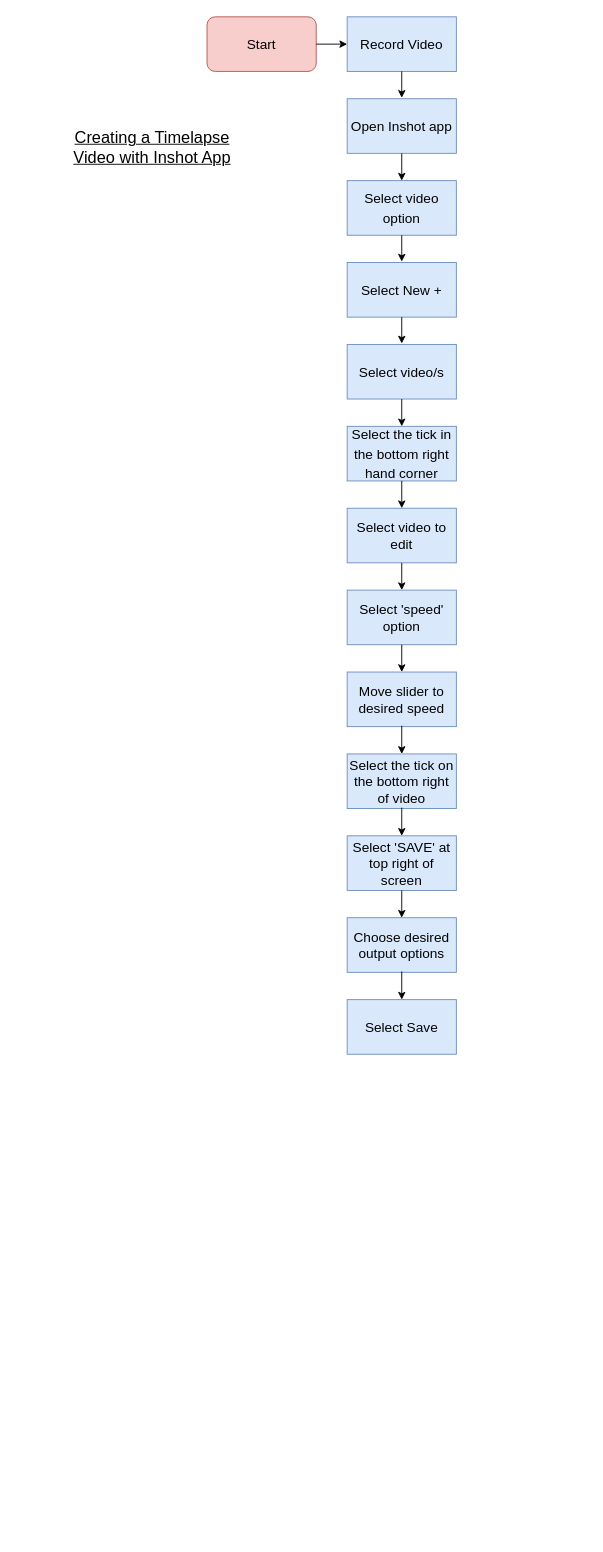
This is Web Fundamentals Task 01.drawio from B-Rumbl/Web-Fundamentals-Tasks, a draw.io file, before an edit. Source tidied: cells renumbered, new cells numbered last; positions are measured from the earlier drawing's top-left corner, leaving out a move shared by most shapes. Both pictures are drawn from the tidied source at 91%, with x=0, y=0 at pixel (61, 16).
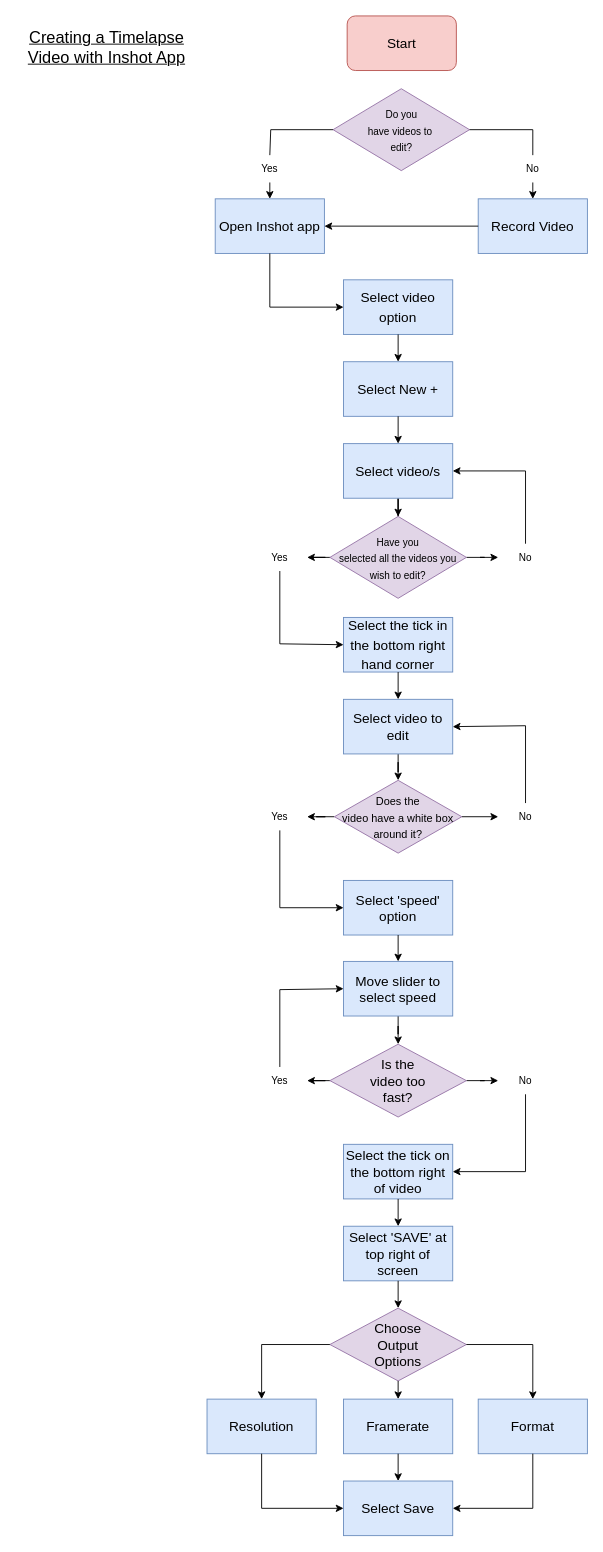
After the change.

Change to the diagram source:
```diff
@@
     <mxCell id="2" value="&lt;u&gt;&lt;font style=&quot;font-size: 18px;&quot;&gt;Creating a Timelapse Video with Inshot App&lt;/font&gt;&lt;/u&gt;" style="text;html=1;strokeColor=none;fillColor=none;align=center;verticalAlign=middle;whiteSpace=wrap;rounded=0;" parent="1" vertex="1">
-      <mxGeometry y="129" width="200" height="30" as="geometry" />
+      <mxGeometry x="-50" y="19" width="200" height="30" as="geometry" />
     </mxCell>
     <mxCell id="3" value="&lt;font style=&quot;font-size: 15px;&quot;&gt;Record Video&lt;/font&gt;" style="rounded=0;whiteSpace=wrap;html=1;fontSize=18;fillColor=#dae8fc;strokeColor=#6c8ebf;" parent="1" vertex="1">
-      <mxGeometry x="314" width="120" height="60" as="geometry" />
+      <mxGeometry x="458" y="200" width="120" height="60" as="geometry" />
     </mxCell>
     <mxCell id="4" value="&lt;font style=&quot;font-size: 15px;&quot;&gt;Open Inshot app&lt;/font&gt;" style="rounded=0;whiteSpace=wrap;html=1;fontSize=18;fillColor=#dae8fc;strokeColor=#6c8ebf;" parent="1" vertex="1">
-      <mxGeometry x="314" y="90" width="120" height="60" as="geometry" />
+      <mxGeometry x="169" y="200" width="120" height="60" as="geometry" />
     </mxCell>
     <mxCell id="5" value="&lt;font style=&quot;font-size: 15px;&quot;&gt;Select video option&lt;/font&gt;" style="rounded=0;whiteSpace=wrap;html=1;fontSize=18;fillColor=#dae8fc;strokeColor=#6c8ebf;" parent="1" vertex="1">
-      <mxGeometry x="314" y="180" width="120" height="60" as="geometry" />
+      <mxGeometry x="310" y="289" width="120" height="60" as="geometry" />
     </mxCell>
     <mxCell id="6" value="&lt;font style=&quot;font-size: 15px;&quot;&gt;Select New +&lt;/font&gt;" style="rounded=0;whiteSpace=wrap;html=1;fontSize=18;fillColor=#dae8fc;strokeColor=#6c8ebf;" parent="1" vertex="1">
-      <mxGeometry x="314" y="270" width="120" height="60" as="geometry" />
+      <mxGeometry x="310" y="379" width="120" height="60" as="geometry" />
     </mxCell>
+    <mxCell id="30" style="edgeStyle=orthogonalEdgeStyle;rounded=0;jettySize=auto;html=1;fontSize=11;" parent="1" edge="1" source="7" target="45">
+      <mxGeometry relative="1" as="geometry" />
+    </mxCell>
     <mxCell id="7" value="&lt;font style=&quot;font-size: 15px;&quot;&gt;Select video/s&lt;/font&gt;" style="rounded=0;whiteSpace=wrap;html=1;fontSize=18;fillColor=#dae8fc;strokeColor=#6c8ebf;" parent="1" vertex="1">
-      <mxGeometry x="314" y="360" width="120" height="60" as="geometry" />
+      <mxGeometry x="310" y="469" width="120" height="60" as="geometry" />
     </mxCell>
     <mxCell id="8" value="&lt;font style=&quot;font-size: 15px;&quot;&gt;&lt;font style=&quot;font-size: 15px;&quot;&gt;Select the tick in the bo&lt;/font&gt;ttom right hand corner&lt;/font&gt;" style="rounded=0;whiteSpace=wrap;html=1;fontSize=18;fillColor=#dae8fc;strokeColor=#6c8ebf;" parent="1" vertex="1">
-      <mxGeometry x="314" y="450" width="120" height="60" as="geometry" />
+      <mxGeometry x="310" y="660" width="120" height="60" as="geometry" />
     </mxCell>
+    <mxCell id="31" style="edgeStyle=orthogonalEdgeStyle;rounded=0;jettySize=auto;html=1;fontSize=11;" parent="1" edge="1" source="9" target="52">
+      <mxGeometry relative="1" as="geometry" />
+    </mxCell>
     <mxCell id="9" value="Select video to edit" style="rounded=0;whiteSpace=wrap;html=1;fontSize=15;fillColor=#dae8fc;strokeColor=#6c8ebf;" parent="1" vertex="1">
-      <mxGeometry x="314" y="540" width="120" height="60" as="geometry" />
+      <mxGeometry x="310" y="750" width="120" height="60" as="geometry" />
     </mxCell>
     <mxCell id="10" value="Select 'speed' option" style="rounded=0;whiteSpace=wrap;html=1;fontSize=15;fillColor=#dae8fc;strokeColor=#6c8ebf;" parent="1" vertex="1">
-      <mxGeometry x="314" y="630" width="120" height="60" as="geometry" />
+      <mxGeometry x="310" y="949" width="120" height="60" as="geometry" />
     </mxCell>
+    <mxCell id="32" style="edgeStyle=orthogonalEdgeStyle;rounded=0;jettySize=auto;html=1;fontSize=12;" parent="1" edge="1" source="11" target="59">
+      <mxGeometry relative="1" as="geometry" />
+    </mxCell>
-    <mxCell id="11" value="Move slider to desired speed" style="rounded=0;whiteSpace=wrap;html=1;fontSize=15;fillColor=#dae8fc;strokeColor=#6c8ebf;" parent="1" vertex="1">
-      <mxGeometry x="314" y="720" width="120" height="60" as="geometry" />
+    <mxCell id="11" value="Move slider to select speed" style="rounded=0;whiteSpace=wrap;html=1;fontSize=15;fillColor=#dae8fc;strokeColor=#6c8ebf;" parent="1" vertex="1">
+      <mxGeometry x="310" y="1038" width="120" height="60" as="geometry" />
     </mxCell>
     <mxCell id="12" value="Select the tick on the bottom right of video" style="rounded=0;whiteSpace=wrap;html=1;fontSize=15;fillColor=#dae8fc;strokeColor=#6c8ebf;" parent="1" vertex="1">
-      <mxGeometry x="314" y="810" width="120" height="60" as="geometry" />
+      <mxGeometry x="310" y="1239" width="120" height="60" as="geometry" />
     </mxCell>
     <mxCell id="13" value="Select 'SAVE' at top right of screen" style="rounded=0;whiteSpace=wrap;html=1;fontSize=15;fillColor=#dae8fc;strokeColor=#6c8ebf;" parent="1" vertex="1">
-      <mxGeometry x="314" y="900" width="120" height="60" as="geometry" />
+      <mxGeometry x="310" y="1329" width="120" height="60" as="geometry" />
     </mxCell>
-    <mxCell id="14" value="Choose desired output options" style="rounded=0;whiteSpace=wrap;html=1;fontSize=15;fillColor=#dae8fc;strokeColor=#6c8ebf;" parent="1" vertex="1">
-      <mxGeometry x="314" y="990" width="120" height="60" as="geometry" />
+    <mxCell id="14" value="Format" style="rounded=0;whiteSpace=wrap;html=1;fontSize=15;fillColor=#dae8fc;strokeColor=#6c8ebf;" parent="1" vertex="1">
+      <mxGeometry x="458" y="1519" width="120" height="60" as="geometry" />
     </mxCell>
     <mxCell id="15" value="Select Save" style="rounded=0;whiteSpace=wrap;html=1;fontSize=15;fillColor=#dae8fc;strokeColor=#6c8ebf;" parent="1" vertex="1">
-      <mxGeometry x="314" y="1080" width="120" height="60" as="geometry" />
+      <mxGeometry x="310" y="1609" width="120" height="60" as="geometry" />
     </mxCell>
-    <mxCell id="16" style="endArrow=classic;html=1;rounded=0;fontSize=15;exitX=0.5;exitY=1;exitDx=0;exitDy=0;" parent="1" edge="1" source="3">
-      <mxGeometry relative="1" as="geometry">
-        <mxPoint x="374" y="89" as="targetPoint" />
-      </mxGeometry>
-    </mxCell>
+    <mxCell id="28" value="Start" style="rounded=1;whiteSpace=wrap;html=1;fontSize=15;fillColor=#f8cecc;strokeColor=#b85450;" parent="1" vertex="1">
+      <mxGeometry x="314" y="-1" width="120" height="60" as="geometry" />
+    </mxCell>
+    <mxCell id="33" value="&lt;span style=&quot;font-size: 11px;&quot;&gt;Do you &lt;br&gt;have videos to&amp;nbsp;&lt;br&gt;edit?&lt;br&gt;&lt;/span&gt;" style="rhombus;whiteSpace=wrap;html=1;fontSize=15;fillColor=#e1d5e7;strokeColor=#9673a6;" parent="1" vertex="1">
+      <mxGeometry x="298.5" y="79" width="150" height="90" as="geometry" />
+    </mxCell>
+    <mxCell id="34" value="Yes" style="text;html=1;strokeColor=none;fillColor=none;align=center;verticalAlign=middle;whiteSpace=wrap;rounded=0;fontSize=11;" parent="1" vertex="1">
+      <mxGeometry x="199" y="152" width="60" height="30" as="geometry" />
+    </mxCell>
+    <mxCell id="35" value="No" style="text;html=1;strokeColor=none;fillColor=none;align=center;verticalAlign=middle;whiteSpace=wrap;rounded=0;fontSize=11;" parent="1" vertex="1">
+      <mxGeometry x="488" y="152" width="60" height="30" as="geometry" />
+    </mxCell>
+    <mxCell id="36" style="endArrow=none;html=1;rounded=0;fontSize=11;entryX=0;entryY=0.5;entryDx=0;entryDy=0;exitX=0.5;exitY=0;exitDx=0;exitDy=0;" parent="1" edge="1" source="34" target="33">
+      <mxGeometry relative="1" as="geometry">
+        <Array as="points">
+          <mxPoint x="230" y="124" />
+        </Array>
+      </mxGeometry>
+    </mxCell>
+    <mxCell id="37" style="endArrow=none;html=1;rounded=0;fontSize=11;exitX=1;exitY=0.5;exitDx=0;exitDy=0;entryX=0.5;entryY=0;entryDx=0;entryDy=0;" parent="1" edge="1" source="33" target="35">
+      <mxGeometry relative="1" as="geometry">
+        <Array as="points">
+          <mxPoint x="518" y="124" />
+        </Array>
+      </mxGeometry>
+    </mxCell>
+    <mxCell id="38" style="endArrow=classic;html=1;rounded=0;fontSize=11;entryX=0.5;entryY=0;entryDx=0;entryDy=0;exitX=0.5;exitY=1;exitDx=0;exitDy=0;" parent="1" edge="1" source="34" target="4">
+      <mxGeometry relative="1" as="geometry" />
+    </mxCell>
+    <mxCell id="39" style="endArrow=classic;html=1;rounded=0;fontSize=11;exitX=0.5;exitY=1;exitDx=0;exitDy=0;entryX=0.5;entryY=0;entryDx=0;entryDy=0;" parent="1" edge="1" source="35" target="3">
+      <mxGeometry relative="1" as="geometry" />
+    </mxCell>
+    <mxCell id="40" style="endArrow=classic;html=1;rounded=0;fontSize=11;exitX=0;exitY=0.5;exitDx=0;exitDy=0;entryX=1;entryY=0.5;entryDx=0;entryDy=0;" parent="1" edge="1" source="3" target="4">
+      <mxGeometry relative="1" as="geometry" />
+    </mxCell>
-    <mxCell id="17" style="endArrow=classic;html=1;rounded=0;fontSize=15;exitX=0.5;exitY=1;exitDx=0;exitDy=0;entryX=0.5;entryY=0;entryDx=0;entryDy=0;" parent="1" edge="1" source="4" target="5">
-      <mxGeometry relative="1" as="geometry" />
+    <mxCell id="17" style="endArrow=classic;html=1;rounded=0;fontSize=11;exitX=0.5;exitY=1;exitDx=0;exitDy=0;entryX=0;entryY=0.5;entryDx=0;entryDy=0;" parent="1" edge="1" source="4" target="5">
+      <mxGeometry relative="1" as="geometry">
+        <Array as="points">
+          <mxPoint x="229" y="319" />
+        </Array>
+      </mxGeometry>
     </mxCell>
-    <mxCell id="18" style="endArrow=classic;html=1;rounded=0;fontSize=15;exitX=0.5;exitY=1;exitDx=0;exitDy=0;" parent="1" edge="1" source="5">
-      <mxGeometry relative="1" as="geometry">
-        <mxPoint x="374" y="269" as="targetPoint" />
-      </mxGeometry>
-    </mxCell>
-    <mxCell id="19" style="endArrow=classic;html=1;rounded=0;fontSize=15;exitX=0.5;exitY=1;exitDx=0;exitDy=0;" parent="1" edge="1" source="6">
-      <mxGeometry relative="1" as="geometry">
-        <mxPoint x="374" y="359" as="targetPoint" />
-      </mxGeometry>
-    </mxCell>
-    <mxCell id="20" style="endArrow=classic;html=1;rounded=0;fontSize=15;" parent="1" edge="1" source="7" target="8">
-      <mxGeometry relative="1" as="geometry" />
-    </mxCell>
+    <mxCell id="41" style="endArrow=classic;html=1;rounded=0;fontSize=11;" parent="1" edge="1" source="5">
+      <mxGeometry relative="1" as="geometry">
+        <mxPoint x="370" y="379" as="targetPoint" />
+      </mxGeometry>
+    </mxCell>
+    <mxCell id="42" style="endArrow=classic;html=1;rounded=0;fontSize=11;" parent="1" edge="1" source="6">
+      <mxGeometry relative="1" as="geometry">
+        <mxPoint x="370" y="469" as="targetPoint" />
+      </mxGeometry>
+    </mxCell>
+    <mxCell id="43" style="edgeStyle=orthogonalEdgeStyle;rounded=0;jettySize=auto;html=1;fontSize=11;" parent="1" edge="1" source="45" target="46">
+      <mxGeometry relative="1" as="geometry" />
+    </mxCell>
+    <mxCell id="44" style="edgeStyle=orthogonalEdgeStyle;rounded=0;jettySize=auto;html=1;fontSize=11;" parent="1" edge="1" source="45" target="47">
+      <mxGeometry relative="1" as="geometry" />
+    </mxCell>
+    <mxCell id="45" value="&lt;span style=&quot;font-size: 11px;&quot;&gt;Have you&lt;br&gt;selected all the videos you wish to edit?&lt;br&gt;&lt;/span&gt;" style="rhombus;whiteSpace=wrap;html=1;fontSize=15;fillColor=#e1d5e7;strokeColor=#9673a6;" parent="1" vertex="1">
+      <mxGeometry x="295" y="549" width="150" height="90" as="geometry" />
+    </mxCell>
+    <mxCell id="46" value="Yes" style="text;html=1;strokeColor=none;fillColor=none;align=center;verticalAlign=middle;whiteSpace=wrap;rounded=0;fontSize=11;" parent="1" vertex="1">
+      <mxGeometry x="210" y="579" width="60" height="30" as="geometry" />
+    </mxCell>
+    <mxCell id="47" value="No" style="text;html=1;strokeColor=none;fillColor=none;align=center;verticalAlign=middle;whiteSpace=wrap;rounded=0;fontSize=11;" parent="1" vertex="1">
+      <mxGeometry x="480" y="579" width="60" height="30" as="geometry" />
+    </mxCell>
+    <mxCell id="48" style="endArrow=classic;html=1;rounded=0;fontSize=11;exitX=0.5;exitY=0;exitDx=0;exitDy=0;entryX=1;entryY=0.5;entryDx=0;entryDy=0;" parent="1" edge="1" source="47" target="7">
+      <mxGeometry relative="1" as="geometry">
+        <Array as="points">
+          <mxPoint x="510" y="499" />
+        </Array>
+      </mxGeometry>
+    </mxCell>
+    <mxCell id="49" style="endArrow=classic;html=1;rounded=0;fontSize=11;exitX=0.5;exitY=1;exitDx=0;exitDy=0;entryX=0;entryY=0.5;entryDx=0;entryDy=0;" parent="1" edge="1" source="46" target="8">
+      <mxGeometry relative="1" as="geometry">
+        <Array as="points">
+          <mxPoint x="240" y="689" />
+        </Array>
+      </mxGeometry>
+    </mxCell>
+    <mxCell id="50" style="edgeStyle=orthogonalEdgeStyle;rounded=0;jettySize=auto;html=1;fontSize=12;" parent="1" edge="1" source="52" target="54">
+      <mxGeometry relative="1" as="geometry" />
+    </mxCell>
+    <mxCell id="51" style="edgeStyle=orthogonalEdgeStyle;rounded=0;jettySize=auto;html=1;fontSize=12;" parent="1" edge="1" source="52" target="53">
+      <mxGeometry relative="1" as="geometry" />
+    </mxCell>
+    <mxCell id="52" value="&lt;font style=&quot;font-size: 12px;&quot;&gt;Does the&lt;br&gt;video have a white box around it?&lt;/font&gt;" style="rhombus;whiteSpace=wrap;html=1;fontSize=15;fillColor=#e1d5e7;strokeColor=#9673a6;rounded=0;" parent="1" vertex="1">
+      <mxGeometry x="300" y="839" width="140" height="80" as="geometry" />
+    </mxCell>
+    <mxCell id="53" value="Yes" style="text;html=1;strokeColor=none;fillColor=none;align=center;verticalAlign=middle;whiteSpace=wrap;rounded=0;fontSize=11;" parent="1" vertex="1">
+      <mxGeometry x="210" y="864" width="60" height="30" as="geometry" />
+    </mxCell>
+    <mxCell id="54" value="No" style="text;html=1;strokeColor=none;fillColor=none;align=center;verticalAlign=middle;whiteSpace=wrap;rounded=0;fontSize=11;" parent="1" vertex="1">
+      <mxGeometry x="480" y="864" width="60" height="30" as="geometry" />
+    </mxCell>
+    <mxCell id="55" style="endArrow=classic;html=1;rounded=0;fontSize=12;entryX=1;entryY=0.5;entryDx=0;entryDy=0;exitX=0.5;exitY=0;exitDx=0;exitDy=0;" parent="1" edge="1" source="54" target="9">
+      <mxGeometry relative="1" as="geometry">
+        <Array as="points">
+          <mxPoint x="510" y="779" />
+        </Array>
+      </mxGeometry>
+    </mxCell>
-    <mxCell id="21" style="endArrow=classic;html=1;rounded=0;fontSize=15;exitX=0.5;exitY=1;exitDx=0;exitDy=0;" parent="1" edge="1" source="8" target="9">
+    <mxCell id="21" style="endArrow=classic;html=1;rounded=0;fontSize=12;exitX=0.5;exitY=1;exitDx=0;exitDy=0;entryX=0.5;entryY=0;entryDx=0;entryDy=0;" parent="1" edge="1" source="8" target="9">
       <mxGeometry relative="1" as="geometry" />
     </mxCell>
-    <mxCell id="22" style="endArrow=classic;html=1;rounded=0;fontSize=15;exitX=0.5;exitY=1;exitDx=0;exitDy=0;" parent="1" edge="1" source="9" target="10">
-      <mxGeometry relative="1" as="geometry" />
-    </mxCell>
+    <mxCell id="56" style="endArrow=classic;html=1;rounded=0;fontSize=12;entryX=0;entryY=0.5;entryDx=0;entryDy=0;exitX=0.5;exitY=1;exitDx=0;exitDy=0;" parent="1" edge="1" source="53" target="10">
+      <mxGeometry relative="1" as="geometry">
+        <Array as="points">
+          <mxPoint x="240" y="979" />
+        </Array>
+      </mxGeometry>
+    </mxCell>
+    <mxCell id="57" style="edgeStyle=orthogonalEdgeStyle;rounded=0;jettySize=auto;html=1;fontSize=12;" parent="1" edge="1" source="59" target="60">
+      <mxGeometry relative="1" as="geometry" />
+    </mxCell>
+    <mxCell id="58" style="edgeStyle=orthogonalEdgeStyle;rounded=0;jettySize=auto;html=1;fontSize=12;" parent="1" edge="1" source="59" target="61">
+      <mxGeometry relative="1" as="geometry" />
+    </mxCell>
+    <mxCell id="59" value="Is the &lt;br&gt;video too&lt;br&gt;fast?" style="rhombus;whiteSpace=wrap;html=1;fontSize=15;fillColor=#e1d5e7;strokeColor=#9673a6;rounded=0;" parent="1" vertex="1">
+      <mxGeometry x="295" y="1129" width="150" height="80" as="geometry" />
+    </mxCell>
+    <mxCell id="60" value="Yes" style="text;html=1;strokeColor=none;fillColor=none;align=center;verticalAlign=middle;whiteSpace=wrap;rounded=0;fontSize=11;" parent="1" vertex="1">
+      <mxGeometry x="210" y="1154" width="60" height="30" as="geometry" />
+    </mxCell>
+    <mxCell id="61" value="No" style="text;html=1;strokeColor=none;fillColor=none;align=center;verticalAlign=middle;whiteSpace=wrap;rounded=0;fontSize=11;" parent="1" vertex="1">
+      <mxGeometry x="480" y="1154" width="60" height="30" as="geometry" />
+    </mxCell>
+    <mxCell id="62" style="endArrow=classic;html=1;rounded=0;fontSize=12;entryX=0;entryY=0.5;entryDx=0;entryDy=0;exitX=0.5;exitY=0;exitDx=0;exitDy=0;" parent="1" edge="1" source="60" target="11">
+      <mxGeometry relative="1" as="geometry">
+        <Array as="points">
+          <mxPoint x="240" y="1069" />
+        </Array>
+      </mxGeometry>
+    </mxCell>
+    <mxCell id="63" style="endArrow=classic;html=1;rounded=0;fontSize=12;exitX=0.5;exitY=1;exitDx=0;exitDy=0;entryX=1;entryY=0.5;entryDx=0;entryDy=0;" parent="1" edge="1" source="61" target="12">
+      <mxGeometry relative="1" as="geometry">
+        <Array as="points">
+          <mxPoint x="510" y="1269" />
+        </Array>
+      </mxGeometry>
+    </mxCell>
-    <mxCell id="23" style="endArrow=classic;html=1;rounded=0;fontSize=15;exitX=0.5;exitY=1;exitDx=0;exitDy=0;entryX=0.5;entryY=0;entryDx=0;entryDy=0;" parent="1" edge="1" source="10" target="11">
+    <mxCell id="23" style="endArrow=classic;html=1;rounded=0;fontSize=12;exitX=0.5;exitY=1;exitDx=0;exitDy=0;entryX=0.5;entryY=0;entryDx=0;entryDy=0;" parent="1" edge="1" source="10" target="11">
       <mxGeometry relative="1" as="geometry" />
     </mxCell>
-    <mxCell id="24" style="endArrow=classic;html=1;rounded=0;fontSize=15;entryX=0.5;entryY=0;entryDx=0;entryDy=0;" parent="1" edge="1" target="12">
-      <mxGeometry relative="1" as="geometry">
-        <mxPoint x="374" y="779" as="sourcePoint" />
-      </mxGeometry>
-    </mxCell>
-    <mxCell id="25" style="endArrow=classic;html=1;rounded=0;fontSize=15;entryX=0.5;entryY=0;entryDx=0;entryDy=0;" parent="1" edge="1" target="13">
-      <mxGeometry relative="1" as="geometry">
-        <mxPoint x="374" y="869" as="sourcePoint" />
-      </mxGeometry>
-    </mxCell>
-    <mxCell id="26" style="endArrow=classic;html=1;rounded=0;fontSize=15;exitX=0.5;exitY=1;exitDx=0;exitDy=0;" parent="1" edge="1" source="13" target="14">
-      <mxGeometry relative="1" as="geometry" />
-    </mxCell>
-    <mxCell id="27" style="endArrow=classic;html=1;rounded=0;fontSize=15;entryX=0.5;entryY=0;entryDx=0;entryDy=0;" parent="1" edge="1" target="15">
-      <mxGeometry relative="1" as="geometry">
-        <mxPoint x="374" y="1049" as="sourcePoint" />
-      </mxGeometry>
-    </mxCell>
-    <mxCell id="28" value="Start" style="rounded=1;whiteSpace=wrap;html=1;fontSize=15;fillColor=#f8cecc;strokeColor=#b85450;" parent="1" vertex="1">
-      <mxGeometry x="160" width="120" height="60" as="geometry" />
-    </mxCell>
-    <mxCell id="29" style="endArrow=classic;html=1;rounded=0;fontSize=15;exitX=1;exitY=0.5;exitDx=0;exitDy=0;entryX=0;entryY=0.5;entryDx=0;entryDy=0;" parent="1" edge="1" source="28" target="3">
-      <mxGeometry relative="1" as="geometry" />
-    </mxCell>
+    <mxCell id="64" value="Choose&lt;br&gt;Output &lt;br&gt;Options" style="rhombus;whiteSpace=wrap;html=1;fontSize=15;fillColor=#e1d5e7;strokeColor=#9673a6;rounded=0;" parent="1" vertex="1">
+      <mxGeometry x="295" y="1419" width="150" height="80" as="geometry" />
+    </mxCell>
+    <mxCell id="65" value="Resolution" style="rounded=0;whiteSpace=wrap;html=1;fontSize=15;fillColor=#dae8fc;strokeColor=#6c8ebf;" parent="1" vertex="1">
+      <mxGeometry x="160" y="1519" width="120" height="60" as="geometry" />
+    </mxCell>
+    <mxCell id="66" value="Framerate" style="rounded=0;whiteSpace=wrap;html=1;fontSize=15;fillColor=#dae8fc;strokeColor=#6c8ebf;" parent="1" vertex="1">
+      <mxGeometry x="310" y="1519" width="120" height="60" as="geometry" />
+    </mxCell>
+    <mxCell id="67" style="endArrow=classic;html=1;rounded=0;fontSize=12;entryX=0.5;entryY=0;entryDx=0;entryDy=0;exitX=0;exitY=0.5;exitDx=0;exitDy=0;" parent="1" edge="1" source="64" target="65">
+      <mxGeometry relative="1" as="geometry">
+        <Array as="points">
+          <mxPoint x="220" y="1459" />
+        </Array>
+      </mxGeometry>
+    </mxCell>
+    <mxCell id="68" style="endArrow=classic;html=1;rounded=0;fontSize=12;entryX=0.5;entryY=0;entryDx=0;entryDy=0;exitX=1;exitY=0.5;exitDx=0;exitDy=0;" parent="1" edge="1" source="64" target="14">
+      <mxGeometry relative="1" as="geometry">
+        <Array as="points">
+          <mxPoint x="518" y="1459" />
+        </Array>
+      </mxGeometry>
+    </mxCell>
+    <mxCell id="69" style="endArrow=classic;html=1;rounded=0;fontSize=12;exitX=0.5;exitY=1;exitDx=0;exitDy=0;entryX=0.5;entryY=0;entryDx=0;entryDy=0;" parent="1" edge="1" source="64" target="66">
+      <mxGeometry relative="1" as="geometry" />
+    </mxCell>
+    <mxCell id="70" style="endArrow=classic;html=1;rounded=0;fontSize=12;exitX=0.5;exitY=1;exitDx=0;exitDy=0;entryX=0.5;entryY=0;entryDx=0;entryDy=0;" parent="1" edge="1" source="12" target="13">
+      <mxGeometry relative="1" as="geometry" />
+    </mxCell>
+    <mxCell id="71" style="endArrow=classic;html=1;rounded=0;fontSize=12;entryX=0.5;entryY=0;entryDx=0;entryDy=0;exitX=0.5;exitY=1;exitDx=0;exitDy=0;" parent="1" edge="1" source="13" target="64">
+      <mxGeometry relative="1" as="geometry" />
+    </mxCell>
+    <mxCell id="72" style="endArrow=classic;html=1;rounded=0;fontSize=12;entryX=0;entryY=0.5;entryDx=0;entryDy=0;exitX=0.5;exitY=1;exitDx=0;exitDy=0;" parent="1" edge="1" source="65" target="15">
+      <mxGeometry relative="1" as="geometry">
+        <Array as="points">
+          <mxPoint x="220" y="1639" />
+        </Array>
+      </mxGeometry>
+    </mxCell>
+    <mxCell id="73" style="endArrow=classic;html=1;rounded=0;fontSize=12;exitX=0.5;exitY=1;exitDx=0;exitDy=0;entryX=1;entryY=0.5;entryDx=0;entryDy=0;" parent="1" edge="1" source="14" target="15">
+      <mxGeometry relative="1" as="geometry">
+        <Array as="points">
+          <mxPoint x="518" y="1639" />
+        </Array>
+      </mxGeometry>
+    </mxCell>
+    <mxCell id="74" style="endArrow=classic;html=1;rounded=0;fontSize=12;entryX=0.5;entryY=0;entryDx=0;entryDy=0;exitX=0.5;exitY=1;exitDx=0;exitDy=0;" parent="1" edge="1" source="66" target="15">
+      <mxGeometry relative="1" as="geometry" />
+    </mxCell>
```
